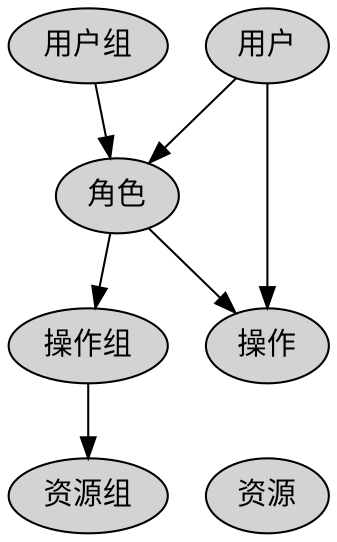
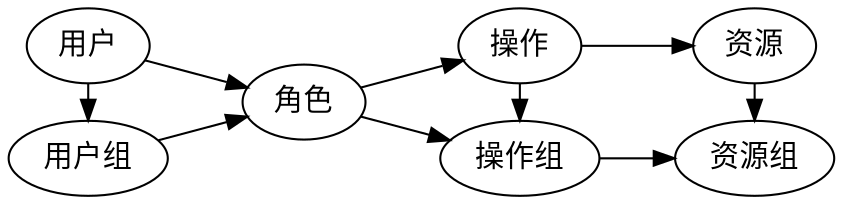
- digraph d {
-     randir = LR;
-     node [style = filled];
+ digraph auth {
+     rankdir = LR;
+     subgraph cluster_0 {
+     object [label = "资源"];
+     operation [label = "操作"];
+     operation -> object;
+     label = "权限";
+     }
+     subgraph cluster_1 {
+     object_group [label = "资源组"];
+     operation_group [label = "操作组"];
+     operation_group -> object_group;
+     label = "权限组";
+     }
+ 
+     subgraph cluster_2 {
+     rankdir = TD;
    user [label = "用户"];
    user_group [label = "用户组"];
-     object_group [label = "资源组"];
+     }
+ 
    role [label = "角色"];
-     operation_group [label = "操作组"];
-     user -> operation;
-     user_group -> role -> operation_group -> object_group;

-     object [label = "资源"];
-     operation [label = "操作"];
+     user -> role;
+     user_group -> role;
+ 
    role -> operation;
-     user -> role;
-     {rank = same; user; user_group;}
+     role -> operation_group;
+ 
+     operation -> operation_group;
+     user -> user_group;
+     object -> object_group;
+ 
+ 
+     {rank = min; user; user_group;}
    {rank = same; operation; operation_group;}
    {rank = same; object; object_group;}
- 
}
